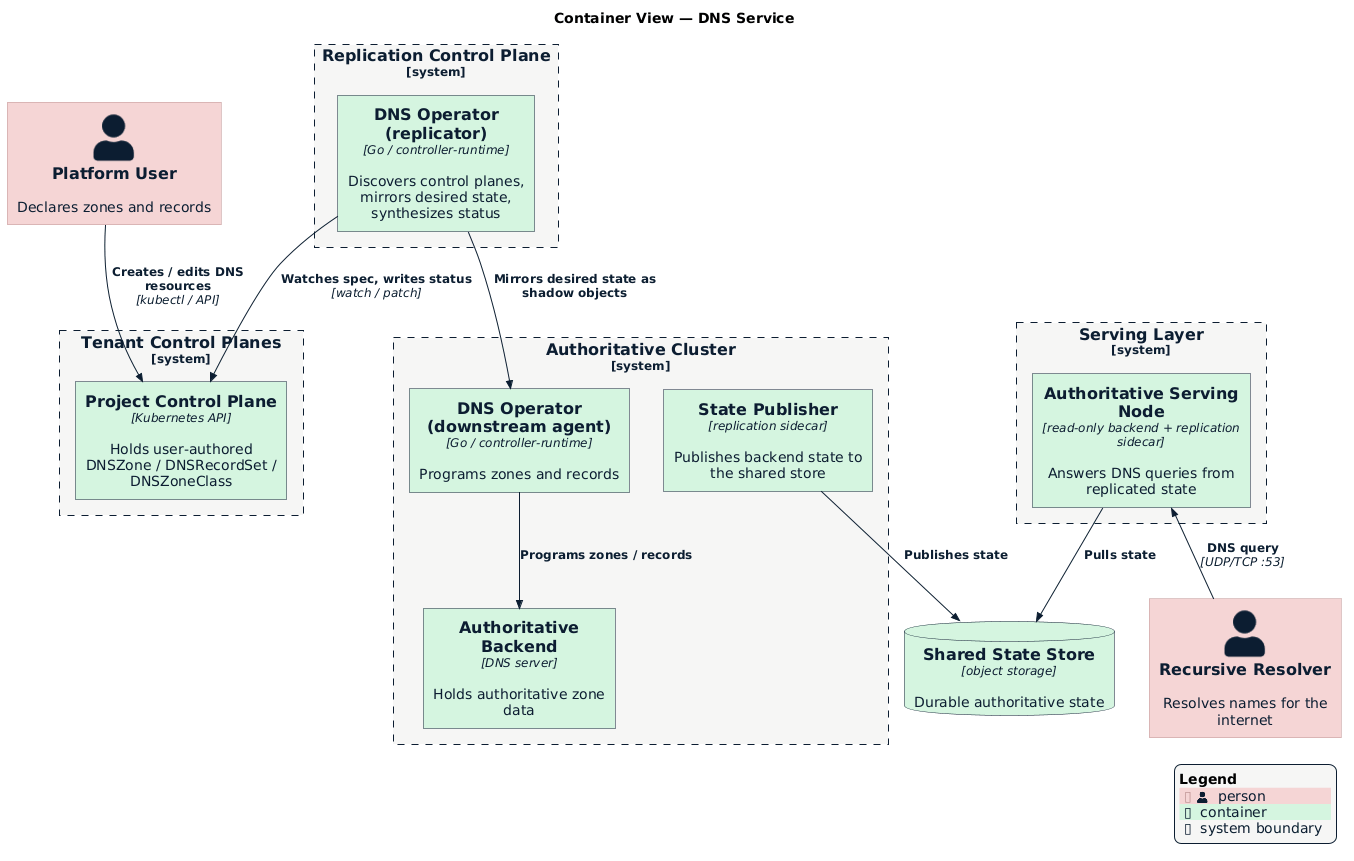
The PlantUML diagram docs/architecture/container-view.png in datum-cloud/dns-operator, before a commit.
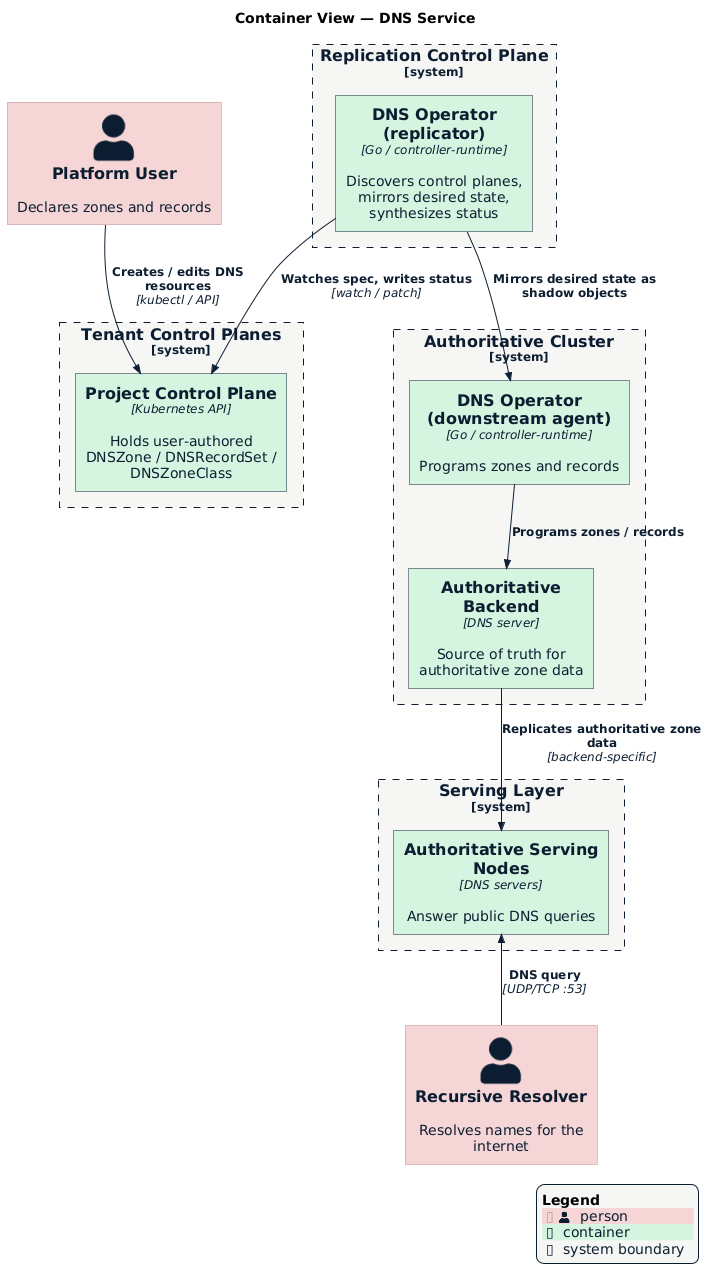
Later version of the same file.

Commit message:
docs: Depict a backend-agnostic topology, not the PowerDNS shape

Change to the diagram source:
```diff
@@ -18,22 +18,18 @@
 
 System_Boundary(authoritative, "Authoritative Cluster") {
     Container(agent, "DNS Operator (downstream agent)", "Go / controller-runtime", "Programs zones and records")
-    Container(pdns, "Authoritative Backend", "DNS server", "Holds authoritative zone data")
-    Container(publish, "State Publisher", "replication sidecar", "Publishes backend state to the shared store")
+    Container(pdns, "Authoritative Backend", "DNS server", "Source of truth for authoritative zone data")
 }
 
-ContainerDb(store, "Shared State Store", "object storage", "Durable authoritative state")
-
 System_Boundary(edge, "Serving Layer") {
-    Container(serving, "Authoritative Serving Node", "read-only backend + replication sidecar", "Answers DNS queries from replicated state")
+    Container(serving, "Authoritative Serving Nodes", "DNS servers", "Answer public DNS queries")
 }
 
 Rel(user, cp, "Creates / edits DNS resources", "kubectl / API")
 Rel(replicator, cp, "Watches spec, writes status", "watch / patch")
 Rel(replicator, agent, "Mirrors desired state as shadow objects")
 Rel(agent, pdns, "Programs zones / records")
-Rel(publish, store, "Publishes state")
-Rel(serving, store, "Pulls state")
+Rel(pdns, serving, "Replicates authoritative zone data", "backend-specific")
 Rel_U(resolver, serving, "DNS query", "UDP/TCP :53")
 
 SHOW_LEGEND()
```
